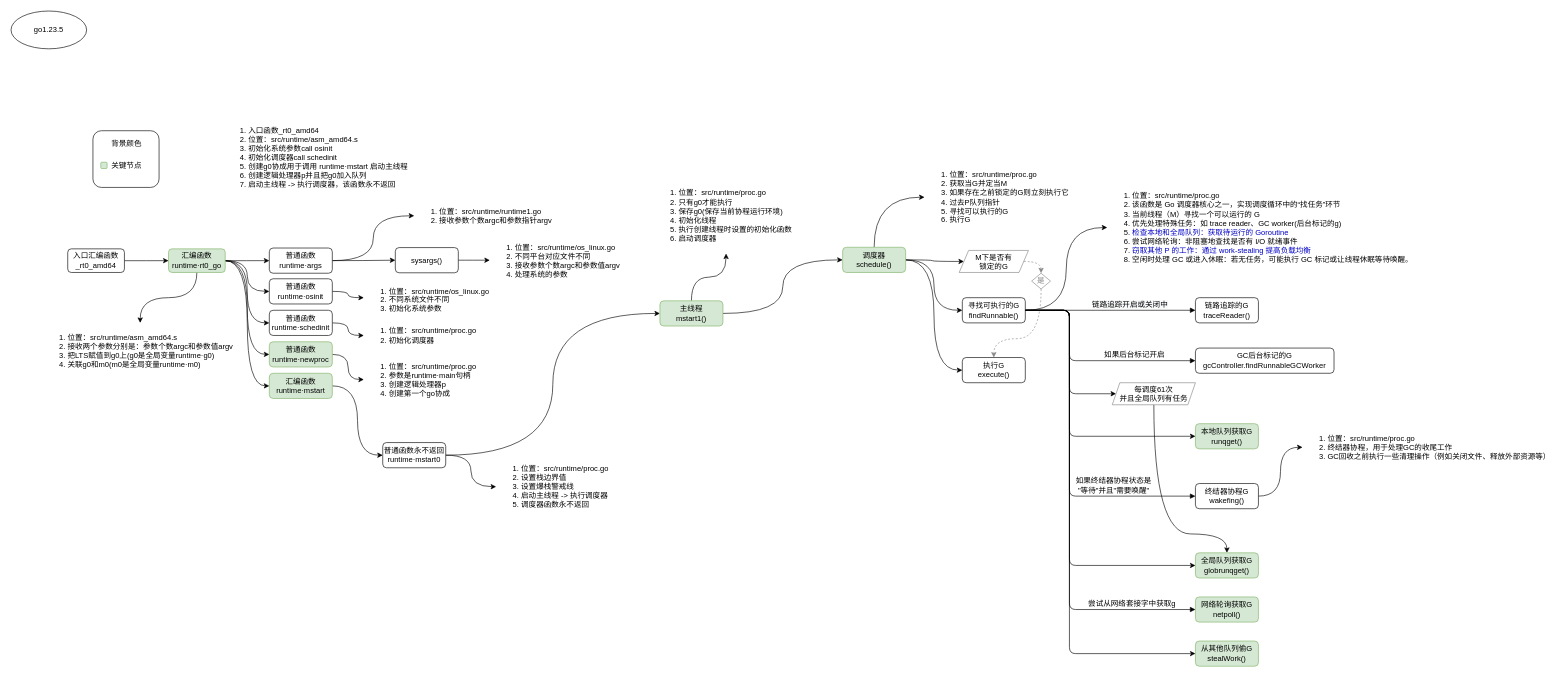
Before: book/src/MGP.drawio in fire1220/annotation-go1.23.5, a draw.io diagram. Source tidied: cells renumbered, new cells numbered last; positions are measured from the earlier drawing's top-left corner, leaving out a move shared by most shapes. Both pictures are drawn from the tidied source at 63%, with x=0, y=0 at pixel (11, 11).
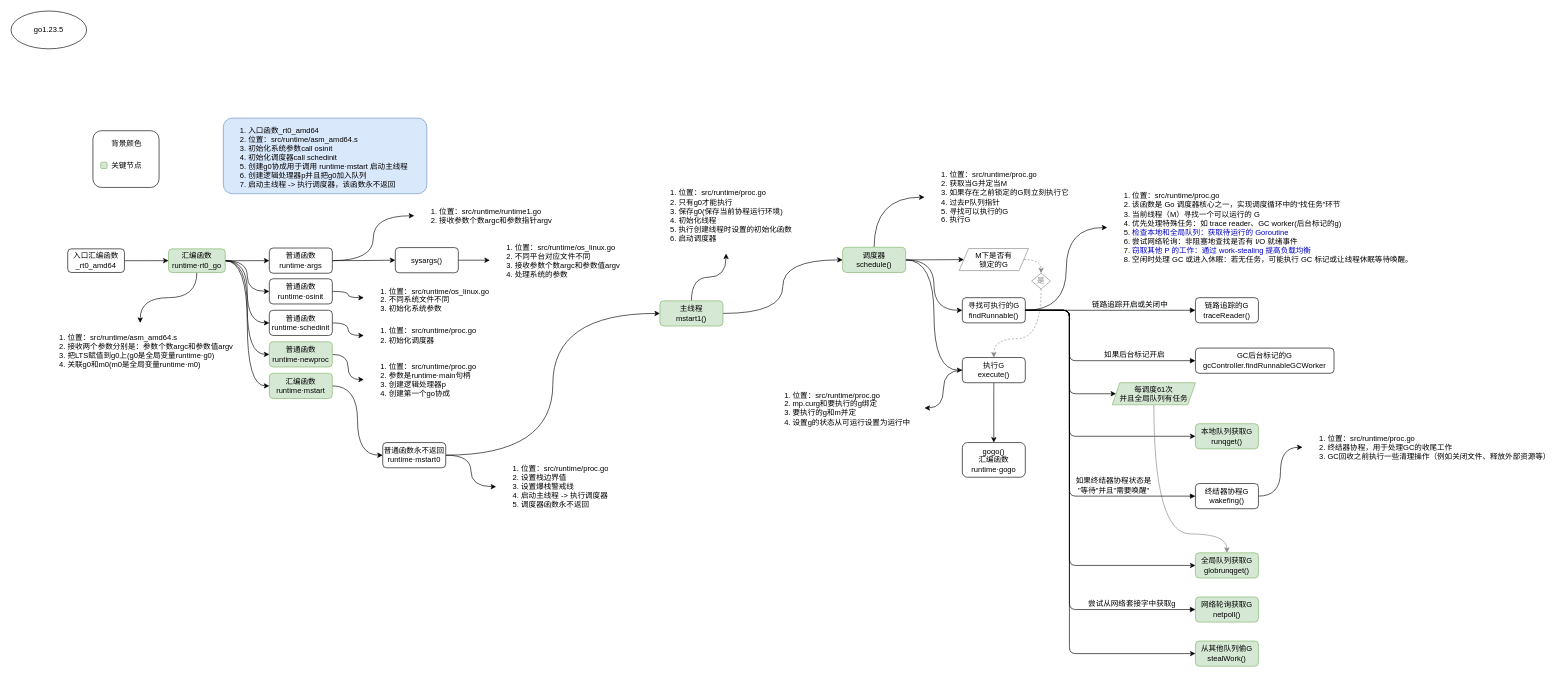
After the change.

Commit message (it also covers changes not shown here):
MPG-gogo

The change refers to these unchanged cells:
```xml
<mxCell id="58" value="执行G&lt;br&gt;execute()" style="rounded=1;whiteSpace=wrap;html=1;labelBackgroundColor=none;fontSize=12;align=center;" parent="1" vertex="1">
  <mxGeometry x="1510" y="550" width="100" height="40" as="geometry" />
</mxCell>
<mxCell id="67" value="全局队列获取G&lt;br&gt;globrunqget()" style="rounded=1;whiteSpace=wrap;html=1;labelBackgroundColor=none;fontSize=12;align=center;fillColor=#d5e8d4;strokeColor=#82b366;" parent="1" vertex="1">
  <mxGeometry x="1880" y="860" width="100" height="40" as="geometry" />
</mxCell>
```

What changed in the source:
```diff
@@
-    <mxCell id="32" value="&lt;ol&gt;&lt;li&gt;&lt;span style=&quot;text-align: center&quot;&gt;入口函数_rt0_amd64&lt;/span&gt;&lt;br&gt;&lt;/li&gt;&lt;li&gt;位置：src/runtime/asm_amd64.s&lt;/li&gt;&lt;li&gt;初始化系统参数call osinit&lt;/li&gt;&lt;li style=&quot;font-size: 12px&quot;&gt;初始化调度器call schedinit&lt;/li&gt;&lt;li style=&quot;font-size: 12px&quot;&gt;&lt;span&gt;创建g0协成用于&lt;/span&gt;&lt;span&gt;调用 runtime·mstart 启动主线程&lt;/span&gt;&lt;/li&gt;&lt;li style=&quot;font-size: 12px&quot;&gt;&lt;span&gt;创建逻辑处理器p并且把g0加入队列&lt;/span&gt;&lt;br&gt;&lt;/li&gt;&lt;li&gt;启动主线程 -&amp;gt; 执行调度器，该函数永不返回&lt;br&gt;&lt;/li&gt;&lt;/ol&gt;" style="text;strokeColor=none;fillColor=none;html=1;verticalAlign=middle;overflow=hidden;align=left;spacing=0;labelBorderColor=none;labelBackgroundColor=none;imageWidth=24;imageHeight=24;arcSize=12;fontSize=12;absoluteArcSize=0;fillOpacity=100;" parent="1" vertex="1">
-      <mxGeometry x="337" y="170" width="380" height="110" as="geometry" />
+    <mxCell id="32" value="&lt;ol&gt;&lt;li&gt;&lt;span style=&quot;text-align: center&quot;&gt;入口函数_rt0_amd64&lt;/span&gt;&lt;br&gt;&lt;/li&gt;&lt;li&gt;位置：src/runtime/asm_amd64.s&lt;/li&gt;&lt;li&gt;初始化系统参数call osinit&lt;/li&gt;&lt;li style=&quot;font-size: 12px&quot;&gt;初始化调度器call schedinit&lt;/li&gt;&lt;li style=&quot;font-size: 12px&quot;&gt;&lt;span&gt;创建g0协成用于&lt;/span&gt;&lt;span&gt;调用 runtime·mstart 启动主线程&lt;/span&gt;&lt;/li&gt;&lt;li style=&quot;font-size: 12px&quot;&gt;&lt;span&gt;创建逻辑处理器p并且把g0加入队列&lt;/span&gt;&lt;br&gt;&lt;/li&gt;&lt;li&gt;启动主线程 -&amp;gt; 执行调度器，该函数永不返回&lt;br&gt;&lt;/li&gt;&lt;/ol&gt;" style="text;html=1;verticalAlign=middle;overflow=hidden;align=left;spacing=0;labelBorderColor=none;labelBackgroundColor=none;imageWidth=24;imageHeight=24;arcSize=12;fontSize=12;absoluteArcSize=0;fillOpacity=100;fillColor=#dae8fc;strokeColor=#6c8ebf;rounded=1;" parent="1" vertex="1">
+      <mxGeometry x="337" y="170" width="323" height="120" as="geometry" />
     </mxCell>
@@
+    <mxCell id="78" style="edgeStyle=orthogonalEdgeStyle;rounded=1;jettySize=auto;html=1;fontSize=12;fontColor=#000000;strokeWidth=1;curved=1;" parent="1" edge="1" source="58" target="80">
+      <mxGeometry relative="1" as="geometry" />
+    </mxCell>
+    <mxCell id="79" style="edgeStyle=orthogonalEdgeStyle;curved=1;rounded=1;jettySize=auto;html=1;fontSize=12;fontColor=#000000;strokeColor=#000000;strokeWidth=1;" parent="1" edge="1" source="58" target="81">
+      <mxGeometry relative="1" as="geometry" />
+    </mxCell>
@@
-    <mxCell id="66" style="edgeStyle=orthogonalEdgeStyle;curved=1;rounded=0;jettySize=auto;html=1;entryX=0.5;entryY=0;entryDx=0;entryDy=0;fontSize=12;fontColor=#000000;strokeColor=#000000;strokeWidth=1;exitX=0.5;exitY=1;exitDx=0;exitDy=0;" parent="1" edge="1" source="69" target="67">
+    <mxCell id="66" style="edgeStyle=orthogonalEdgeStyle;curved=1;rounded=0;jettySize=auto;html=1;entryX=0.5;entryY=0;entryDx=0;entryDy=0;fontSize=12;fontColor=#000000;strokeWidth=1;exitX=0.5;exitY=1;exitDx=0;exitDy=0;strokeColor=#868686;" parent="1" edge="1" source="69" target="67">
       <mxGeometry relative="1" as="geometry">
         <Array as="points">
           <mxPoint x="1814" y="830" />
           <mxPoint x="1930" y="830" />
         </Array>
       </mxGeometry>
     </mxCell>
@@
     <mxCell id="68" value="&lt;span&gt;M下是否有&lt;/span&gt;&lt;br&gt;&lt;span&gt;锁定的G&lt;/span&gt;" style="shape=parallelogram;perimeter=parallelogramPerimeter;whiteSpace=wrap;html=1;fixedSize=1;labelBackgroundColor=none;fontSize=12;fontColor=#000000;strokeColor=#868686;fillColor=none;align=center;size=15;" parent="1" vertex="1">
-      <mxGeometry x="1505" y="380" width="110" height="35" as="geometry" />
+      <mxGeometry x="1505" y="377" width="110" height="35" as="geometry" />
     </mxCell>
-    <mxCell id="69" value="&lt;span&gt;每调度61次&lt;br&gt;并且全局队列有任务&lt;/span&gt;" style="shape=parallelogram;perimeter=parallelogramPerimeter;whiteSpace=wrap;html=1;fixedSize=1;labelBackgroundColor=none;fontSize=12;fontColor=#000000;strokeColor=#868686;fillColor=none;align=center;size=12.000000000000455;" parent="1" vertex="1">
+    <mxCell id="69" value="&lt;span&gt;每调度61次&lt;br&gt;并且全局队列有任务&lt;/span&gt;" style="shape=parallelogram;perimeter=parallelogramPerimeter;whiteSpace=wrap;html=1;fixedSize=1;labelBackgroundColor=none;fontSize=12;strokeColor=#82b366;fillColor=#d5e8d4;align=center;size=12.000000000000455;" parent="1" vertex="1">
       <mxGeometry x="1748" y="590" width="132" height="35" as="geometry" />
     </mxCell>
@@
+    <mxCell id="80" value="&lt;ol&gt;&lt;li&gt;&lt;span style=&quot;font-size: 12px ; text-align: center&quot;&gt;位置：&lt;/span&gt;src/runtime/proc.go&lt;/li&gt;&lt;li&gt;mp.curg和要执行的g绑定&lt;/li&gt;&lt;li&gt;要执行的g和m并定&lt;/li&gt;&lt;li&gt;设置g的状态从可运行设置为运行中&lt;/li&gt;&lt;/ol&gt;" style="text;strokeColor=none;fillColor=none;html=1;verticalAlign=middle;overflow=hidden;align=left;spacing=0;labelBorderColor=none;labelBackgroundColor=none;imageWidth=24;imageHeight=24;arcSize=12;fontSize=12;absoluteArcSize=0;fillOpacity=100;" parent="1" vertex="1">
+      <mxGeometry x="1201" y="590" width="249" height="80" as="geometry" />
+    </mxCell>
+    <mxCell id="81" value="gogo()&lt;br&gt;汇编函数&lt;br&gt;runtime·gogo" style="rounded=1;whiteSpace=wrap;html=1;labelBackgroundColor=none;fontSize=12;align=center;" parent="1" vertex="1">
+      <mxGeometry x="1510" y="685" width="100" height="55" as="geometry" />
+    </mxCell>
```
